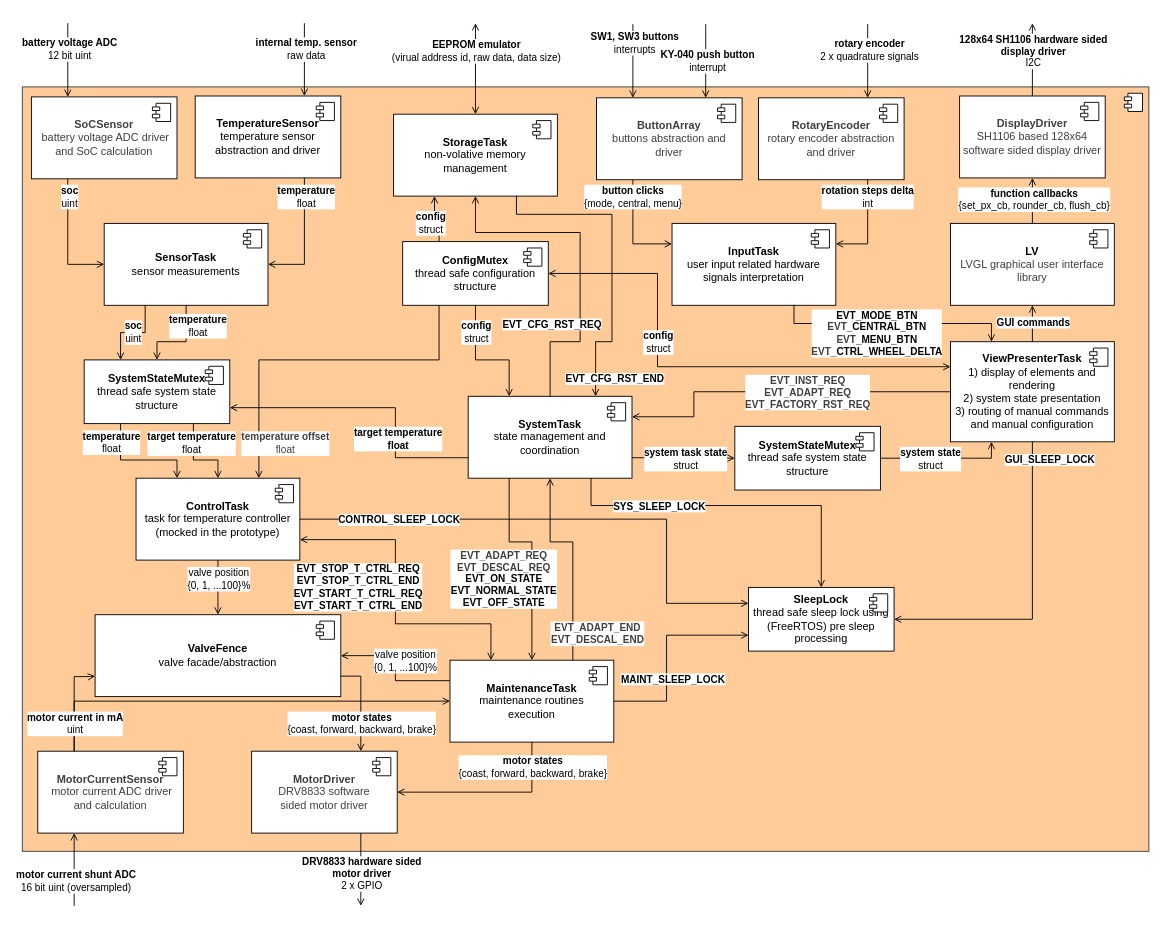
Before: software/diagrams/mt-rt-sw-architecture.drawio in MiraTherm/miratherm-radiator-thermostat-documentation, a draw.io diagram. Source tidied: cells renumbered, new cells numbered last; positions are measured from the earlier drawing's top-left corner, leaving out a move shared by most shapes. Both pictures are drawn from the tidied source at 91%, with x=0, y=0 at pixel (22, 23).
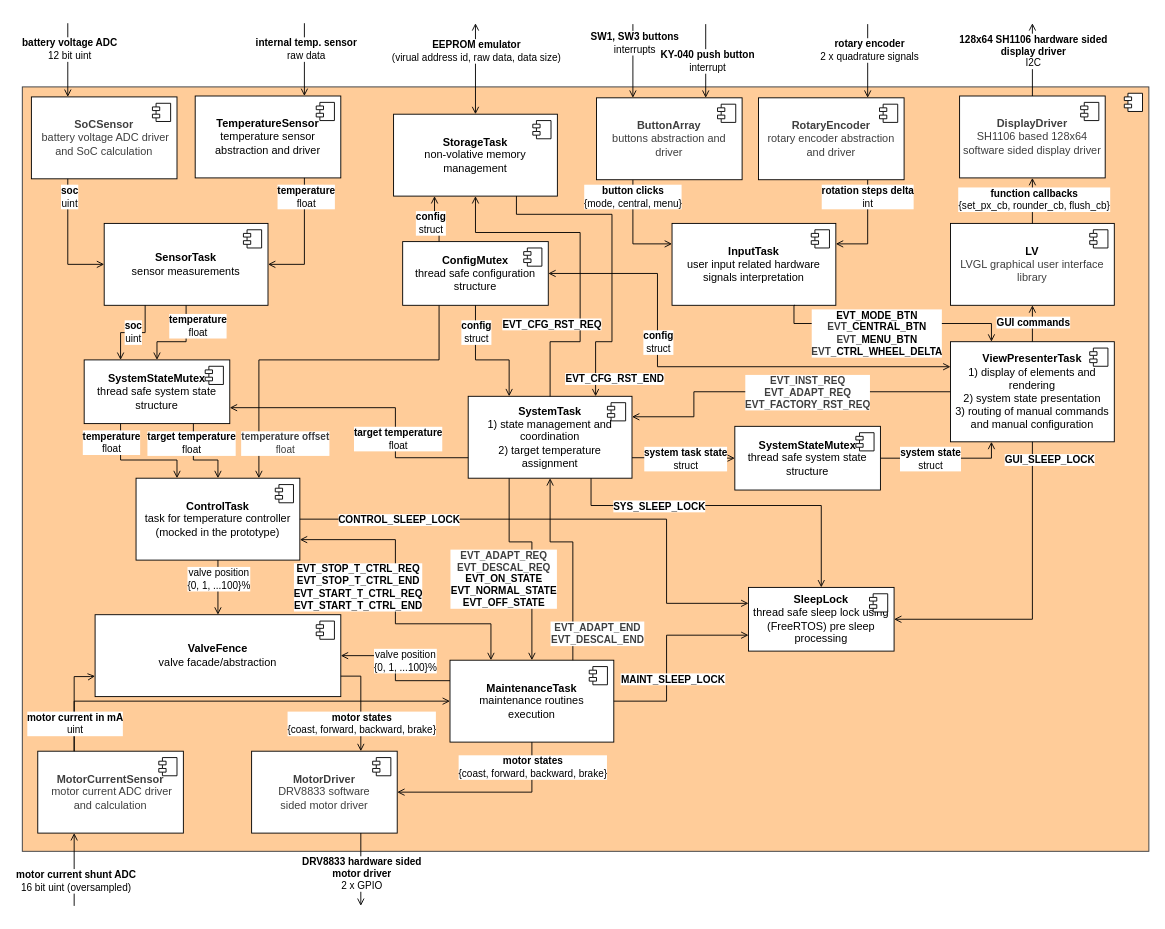
The same diagram, later.

The change refers to these unchanged cells:
```xml
<mxCell id="83" style="endArrow=open;html=1;rounded=0;entryX=1;entryY=0.75;entryDx=0;entryDy=0;endFill=0;edgeStyle=orthogonalEdgeStyle;exitX=0;exitY=0.75;exitDx=0;exitDy=0;" parent="1" edge="1" source="4" target="119">
  <mxGeometry relative="1" as="geometry">
    <Array as="points">
      <mxPoint x="410" y="478" />
      <mxPoint x="410" y="423" />
      <mxPoint x="228" y="423" />
    </Array>
  </mxGeometry>
</mxCell>
```

Change to the diagram source:
```diff
@@
-    <mxCell id="4" value="&lt;b&gt;SystemTask&lt;/b&gt;&lt;br&gt;state management and coordination" style="html=1;whiteSpace=wrap;" parent="1" vertex="1">
+    <mxCell id="4" value="&lt;b&gt;SystemTask&lt;/b&gt;&lt;br&gt;1) state management and coordination&lt;br&gt;2) target temperature &lt;br&gt;assignment" style="html=1;whiteSpace=wrap;" parent="1" vertex="1">
       <mxGeometry x="490" y="410" width="180" height="90" as="geometry" />
     </mxCell>
@@
-    <mxCell id="84" value="&lt;b&gt;target temperature&lt;br&gt;float&lt;/b&gt;&lt;b&gt;&lt;/b&gt;" style="edgeLabel;html=1;align=center;verticalAlign=middle;" parent="83" vertex="1">
+    <mxCell id="84" value="&lt;b&gt;target temperature&lt;/b&gt;&lt;br&gt;float&lt;b&gt;&lt;/b&gt;" style="edgeLabel;html=1;align=center;verticalAlign=middle;" parent="83" vertex="1">
       <mxGeometry x="-0.3" relative="1" as="geometry">
         <mxPoint x="2" y="10" as="offset" />
       </mxGeometry>
     </mxCell>
```
